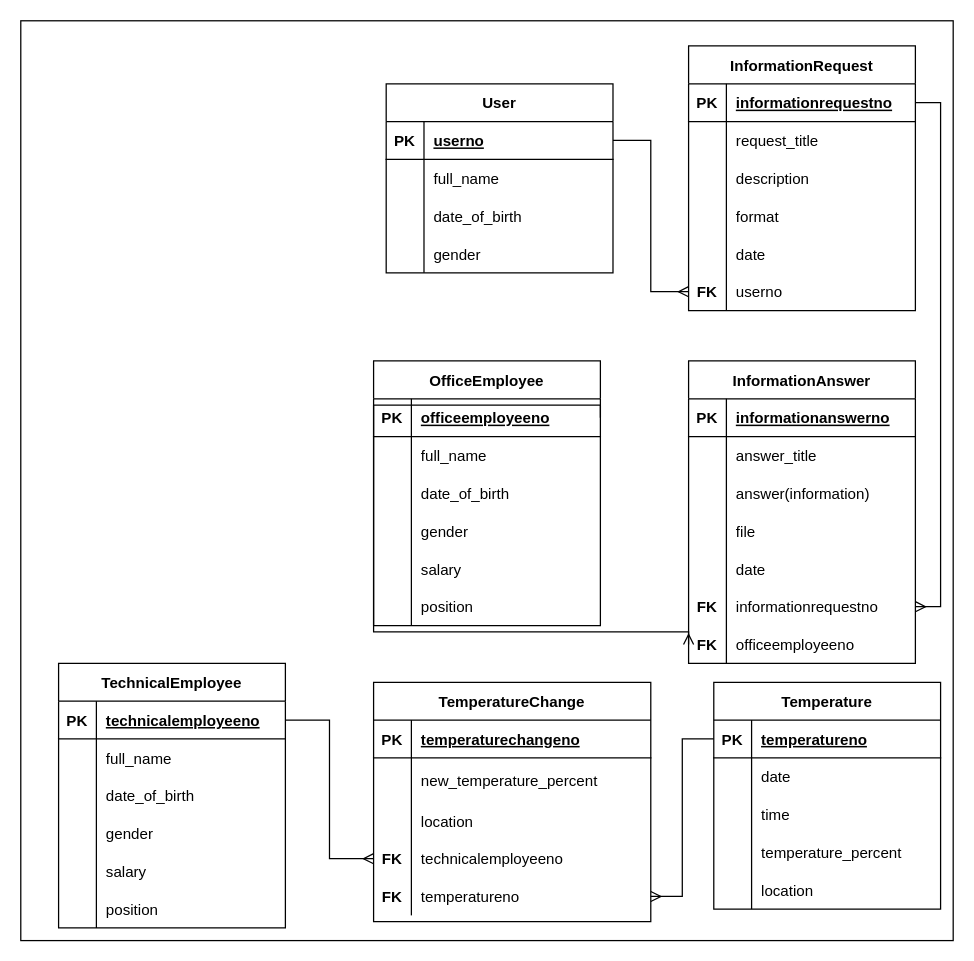
Before: 2-SoftwareDesign/2.3-DataModel/DataModel.drawio in oleksandrblazhko/ai-213-gavrosh, a draw.io diagram. Source tidied: cells renumbered, new cells numbered last; positions are measured from the earlier drawing's top-left corner, leaving out a move shared by most shapes. Both pictures are drawn from the tidied source at 126%, with x=0, y=0 at pixel (20, 20).
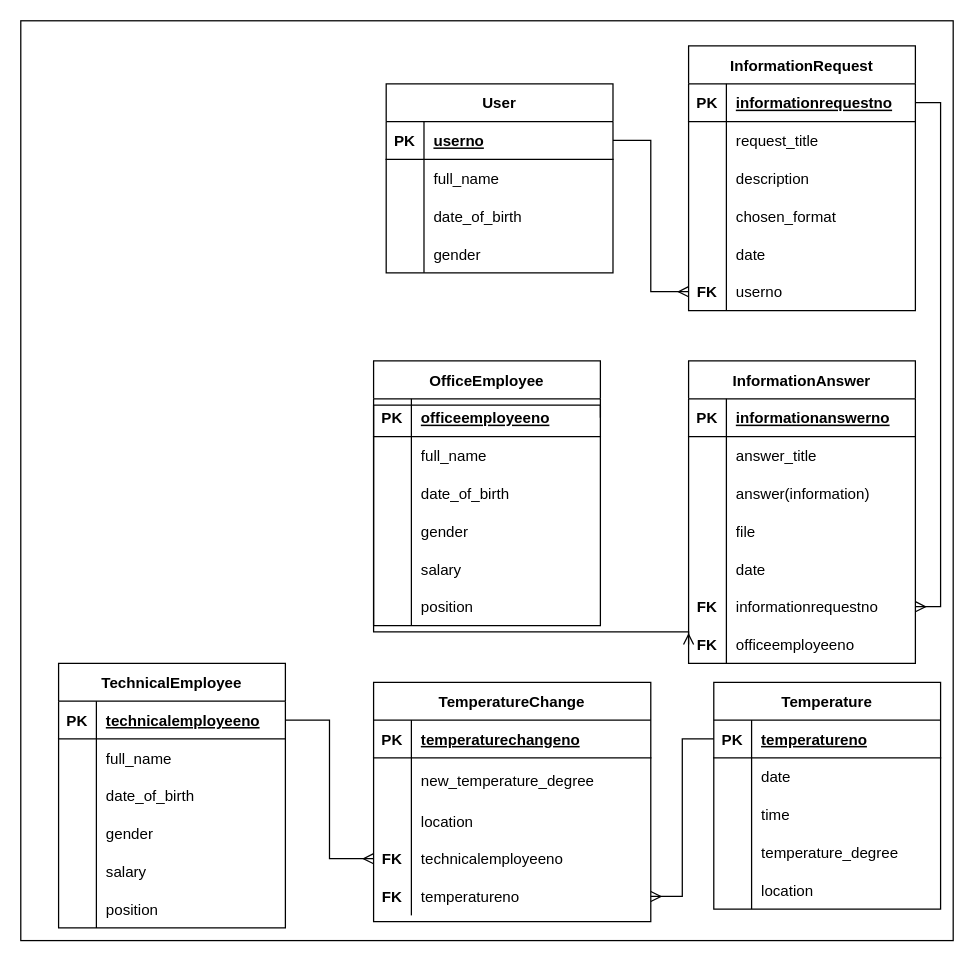
Above is the later version.

The change refers to these unchanged cells:
```xml
<mxCell id="64" style="shape=partialRectangle;fillColor=none;top=0;left=0;bottom=0;right=0;" parent="54" vertex="1">
  <mxGeometry y="120" width="180" height="30" as="geometry" />
</mxCell>
<mxCell id="105" style="shape=partialRectangle;fillColor=none;top=0;left=0;bottom=0;right=0;" parent="95" vertex="1">
  <mxGeometry y="120" width="180" height="30" as="geometry" />
</mxCell>
<mxCell id="115" style="shape=partialRectangle;fillColor=none;top=0;left=0;bottom=0;right=0;" parent="111" vertex="1">
  <mxGeometry y="60" width="220" height="35" as="geometry" />
</mxCell>
```

Change to the diagram source:
```diff
@@
-    <mxCell id="66" value="format" style="shape=partialRectangle;fillColor=none;top=0;left=0;bottom=0;right=0;align=left;spacingLeft=6;overflow=hidden;" parent="64" vertex="1">
+    <mxCell id="66" value="chosen_format" style="shape=partialRectangle;fillColor=none;top=0;left=0;bottom=0;right=0;align=left;spacingLeft=6;overflow=hidden;" parent="64" vertex="1">
       <mxGeometry x="30" width="150" height="30" as="geometry" />
     </mxCell>
@@
-    <mxCell id="107" value="temperature_percent" style="shape=partialRectangle;fillColor=none;top=0;left=0;bottom=0;right=0;align=left;spacingLeft=6;overflow=hidden;" parent="105" vertex="1">
+    <mxCell id="107" value="temperature_degree" style="shape=partialRectangle;fillColor=none;top=0;left=0;bottom=0;right=0;align=left;spacingLeft=6;overflow=hidden;" parent="105" vertex="1">
       <mxGeometry x="30" width="150" height="30" as="geometry" />
     </mxCell>
@@
-    <mxCell id="117" value="new_temperature_percent" style="shape=partialRectangle;fillColor=none;top=0;left=0;bottom=0;right=0;align=left;spacingLeft=6;overflow=hidden;" parent="115" vertex="1">
+    <mxCell id="117" value="new_temperature_degree" style="shape=partialRectangle;fillColor=none;top=0;left=0;bottom=0;right=0;align=left;spacingLeft=6;overflow=hidden;" parent="115" vertex="1">
       <mxGeometry x="30" width="190" height="35" as="geometry" />
     </mxCell>
```
